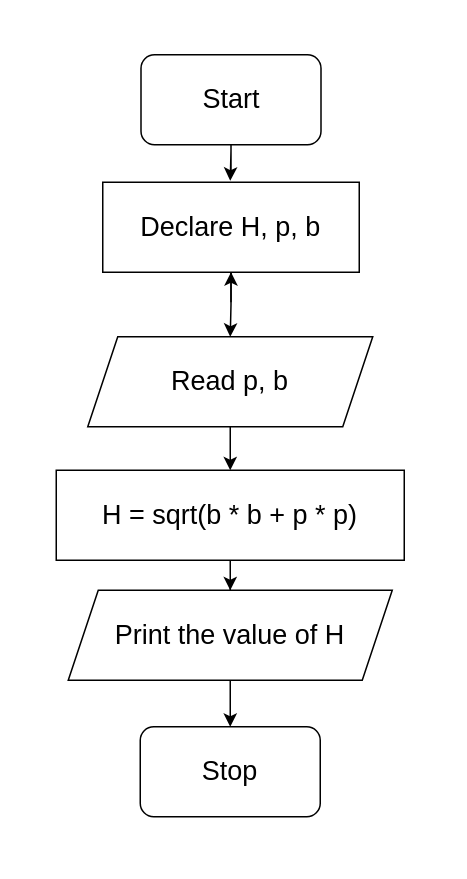
Before: Untitled Diagram.drawio in rustybladez/flowcharts, a draw.io diagram. Source tidied: cells renumbered, new cells numbered last; positions are measured from the earlier drawing's top-left corner, leaving out a move shared by most shapes. Both pictures are drawn from the tidied source at 150%, with x=0, y=0 at pixel (56, 54).
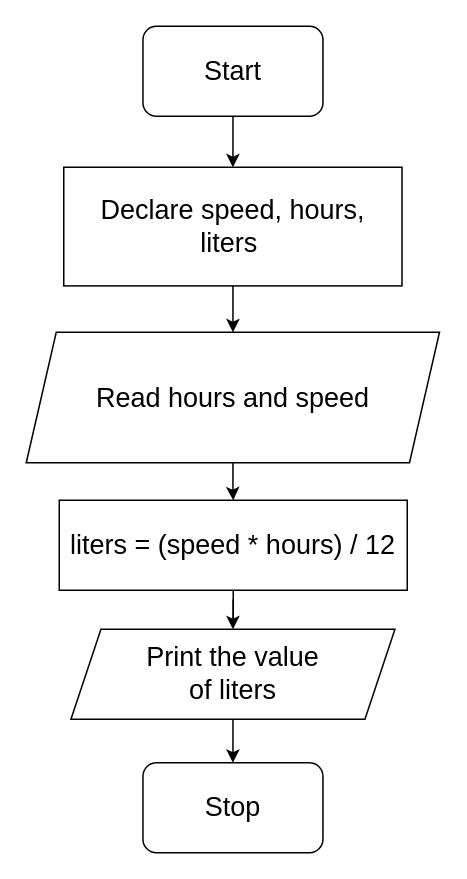
Above is the later version.

The edit, as a diff of the source:
```diff
@@
 <mxGraphModel>
   <root>
     <mxCell id="0" />
     <mxCell id="1" parent="0" />
     <mxCell id="2" style="edgeStyle=orthogonalEdgeStyle;rounded=0;jettySize=auto;html=1;fontSize=18;" parent="1" edge="1" target="4">
       <mxGeometry relative="1" as="geometry">
         <mxPoint x="116" y="126" as="sourcePoint" />
       </mxGeometry>
     </mxCell>
     <mxCell id="3" style="edgeStyle=orthogonalEdgeStyle;rounded=0;jettySize=auto;html=1;fontSize=18;" parent="1" edge="1" source="4" target="6">
       <mxGeometry relative="1" as="geometry" />
     </mxCell>
-    <mxCell id="4" value="Declare H, p, b" style="rounded=0;whiteSpace=wrap;html=1;fontSize=18;" parent="1" vertex="1">
-      <mxGeometry x="31" y="85" width="171" height="60" as="geometry" />
+    <mxCell id="4" value="Declare&amp;nbsp;speed, hours, liters&amp;nbsp;" style="rounded=0;whiteSpace=wrap;html=1;fontSize=18;" parent="1" vertex="1">
+      <mxGeometry x="5" y="75" width="225.5" height="79.1" as="geometry" />
     </mxCell>
     <mxCell id="5" style="edgeStyle=orthogonalEdgeStyle;rounded=0;jettySize=auto;html=1;fontSize=18;" parent="1" edge="1" source="6" target="8">
       <mxGeometry relative="1" as="geometry" />
     </mxCell>
-    <mxCell id="6" value="Read p, b" style="shape=parallelogram;perimeter=parallelogramPerimeter;whiteSpace=wrap;html=1;fixedSize=1;fontSize=18;" parent="1" vertex="1">
-      <mxGeometry x="21" y="188" width="190" height="60" as="geometry" />
+    <mxCell id="6" value="Read hours and speed" style="shape=parallelogram;perimeter=parallelogramPerimeter;whiteSpace=wrap;html=1;fixedSize=1;fontSize=18;" parent="1" vertex="1">
+      <mxGeometry x="-20" y="185" width="275.5" height="87" as="geometry" />
     </mxCell>
     <mxCell id="7" style="edgeStyle=orthogonalEdgeStyle;rounded=0;jettySize=auto;html=1;fontSize=18;" parent="1" edge="1" source="8" target="10">
       <mxGeometry relative="1" as="geometry" />
     </mxCell>
-    <mxCell id="8" value="H = sqrt(b * b + p * p)" style="rounded=0;whiteSpace=wrap;html=1;fontSize=18;" parent="1" vertex="1">
-      <mxGeometry y="277" width="232" height="60" as="geometry" />
+    <mxCell id="8" value="liters = (speed * hours) / 12" style="rounded=0;whiteSpace=wrap;html=1;fontSize=18;" parent="1" vertex="1">
+      <mxGeometry x="2" y="297" width="232" height="60" as="geometry" />
     </mxCell>
     <mxCell id="9" style="edgeStyle=orthogonalEdgeStyle;rounded=0;jettySize=auto;html=1;fontSize=18;" parent="1" edge="1" source="10" target="13">
       <mxGeometry relative="1" as="geometry" />
     </mxCell>
-    <mxCell id="10" value="Print the value of H" style="shape=parallelogram;perimeter=parallelogramPerimeter;whiteSpace=wrap;html=1;fixedSize=1;fontSize=18;rounded=0;" parent="1" vertex="1">
-      <mxGeometry x="8" y="357" width="216" height="60" as="geometry" />
+    <mxCell id="10" value="Print the value &lt;br&gt;of liters" style="shape=parallelogram;perimeter=parallelogramPerimeter;whiteSpace=wrap;html=1;fixedSize=1;fontSize=18;rounded=0;" parent="1" vertex="1">
+      <mxGeometry x="9.8" y="383" width="216" height="60" as="geometry" />
     </mxCell>
-    <mxCell id="11" style="edgeStyle=orthogonalEdgeStyle;rounded=0;jettySize=auto;html=1;fontSize=18;" parent="1" edge="1" source="12">
-      <mxGeometry relative="1" as="geometry">
-        <mxPoint x="116" y="84" as="targetPoint" />
-      </mxGeometry>
-    </mxCell>
+    <mxCell id="14" style="edgeStyle=orthogonalEdgeStyle;rounded=0;jettySize=auto;html=1;" parent="1" edge="1" source="12" target="4">
+      <mxGeometry relative="1" as="geometry" />
+    </mxCell>
     <mxCell id="12" value="Start" style="rounded=1;whiteSpace=wrap;html=1;fontSize=18;" parent="1" vertex="1">
-      <mxGeometry x="56.5" width="120" height="60" as="geometry" />
+      <mxGeometry x="57.8" y="-19" width="120" height="60" as="geometry" />
     </mxCell>
     <mxCell id="13" value="Stop" style="rounded=1;whiteSpace=wrap;html=1;fontSize=18;" parent="1" vertex="1">
-      <mxGeometry x="56" y="448" width="120" height="60" as="geometry" />
+      <mxGeometry x="57.8" y="472" width="120" height="60" as="geometry" />
     </mxCell>
   </root>
 </mxGraphModel>
```
